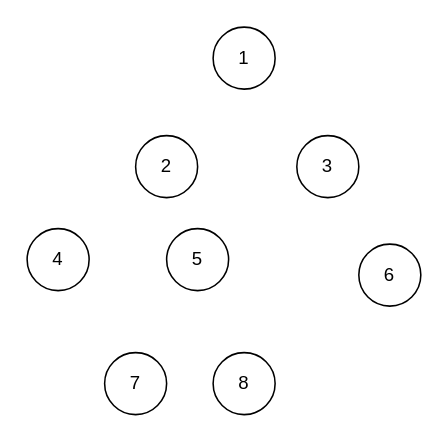
airdb/drawio keeps this draw.io diagram as tree.drawio. Above is the earlier version. Source tidied: cells renumbered, new cells numbered last; positions are measured from the earlier drawing's top-left corner, leaving out a move shared by most shapes. Both pictures are drawn from the tidied source at 155%, with x=0, y=0 at pixel (26, 26).
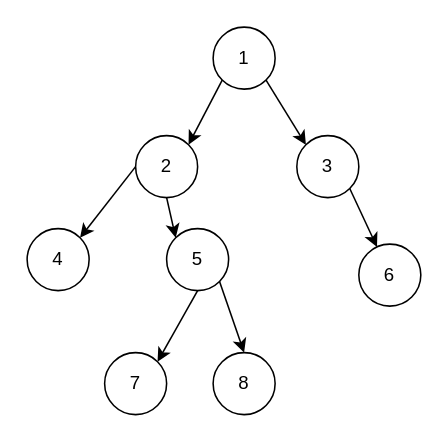
Above is the later version.

Diff of the diagram source:
```diff
@@
 <mxGraphModel>
   <root>
     <mxCell id="0" />
     <mxCell id="1" parent="0" />
+    <mxCell id="10" style="jettySize=auto;html=1;exitX=1;exitY=1;exitDx=0;exitDy=0;entryX=0;entryY=0;entryDx=0;entryDy=0;rounded=0;" parent="1" edge="1" source="2" target="4">
+      <mxGeometry relative="1" as="geometry" />
+    </mxCell>
+    <mxCell id="11" style="edgeStyle=none;rounded=0;jettySize=auto;html=1;exitX=0;exitY=1;exitDx=0;exitDy=0;entryX=1;entryY=0;entryDx=0;entryDy=0;" parent="1" edge="1" source="2" target="3">
+      <mxGeometry relative="1" as="geometry" />
+    </mxCell>
     <mxCell id="2" value="1" style="ellipse;whiteSpace=wrap;html=1;" parent="1" vertex="1">
       <mxGeometry x="120" width="40" height="40" as="geometry" />
     </mxCell>
+    <mxCell id="12" style="edgeStyle=none;rounded=0;jettySize=auto;html=1;exitX=0;exitY=0.5;exitDx=0;exitDy=0;entryX=1;entryY=0;entryDx=0;entryDy=0;" parent="1" edge="1" source="3" target="5">
+      <mxGeometry relative="1" as="geometry" />
+    </mxCell>
+    <mxCell id="13" style="edgeStyle=none;rounded=0;jettySize=auto;html=1;exitX=0.5;exitY=1;exitDx=0;exitDy=0;entryX=0;entryY=0;entryDx=0;entryDy=0;" parent="1" edge="1" source="3" target="6">
+      <mxGeometry relative="1" as="geometry" />
+    </mxCell>
     <mxCell id="3" value="2" style="ellipse;whiteSpace=wrap;html=1;" parent="1" vertex="1">
       <mxGeometry x="70" y="70" width="40" height="40" as="geometry" />
     </mxCell>
+    <mxCell id="14" style="edgeStyle=none;rounded=0;jettySize=auto;html=1;exitX=1;exitY=1;exitDx=0;exitDy=0;" parent="1" edge="1" source="4" target="7">
+      <mxGeometry relative="1" as="geometry" />
+    </mxCell>
     <mxCell id="4" value="3" style="ellipse;whiteSpace=wrap;html=1;" parent="1" vertex="1">
       <mxGeometry x="174" y="70" width="40" height="40" as="geometry" />
     </mxCell>
     <mxCell id="5" value="4" style="ellipse;whiteSpace=wrap;html=1;" parent="1" vertex="1">
       <mxGeometry y="130" width="40" height="40" as="geometry" />
     </mxCell>
+    <mxCell id="15" style="edgeStyle=none;rounded=0;jettySize=auto;html=1;exitX=0.5;exitY=1;exitDx=0;exitDy=0;entryX=1;entryY=0;entryDx=0;entryDy=0;" parent="1" edge="1" source="6" target="8">
+      <mxGeometry relative="1" as="geometry" />
+    </mxCell>
+    <mxCell id="16" style="edgeStyle=none;rounded=0;jettySize=auto;html=1;exitX=1;exitY=1;exitDx=0;exitDy=0;entryX=0.5;entryY=0;entryDx=0;entryDy=0;" parent="1" edge="1" source="6" target="9">
+      <mxGeometry relative="1" as="geometry" />
+    </mxCell>
     <mxCell id="6" value="5" style="ellipse;whiteSpace=wrap;html=1;" parent="1" vertex="1">
       <mxGeometry x="90" y="130" width="40" height="40" as="geometry" />
     </mxCell>
     <mxCell id="7" value="6" style="ellipse;whiteSpace=wrap;html=1;" parent="1" vertex="1">
       <mxGeometry x="214" y="140" width="40" height="40" as="geometry" />
     </mxCell>
     <mxCell id="8" value="7" style="ellipse;whiteSpace=wrap;html=1;" parent="1" vertex="1">
       <mxGeometry x="50" y="210" width="40" height="40" as="geometry" />
     </mxCell>
     <mxCell id="9" value="8" style="ellipse;whiteSpace=wrap;html=1;" parent="1" vertex="1">
       <mxGeometry x="120" y="210" width="40" height="40" as="geometry" />
     </mxCell>
   </root>
 </mxGraphModel>
```
